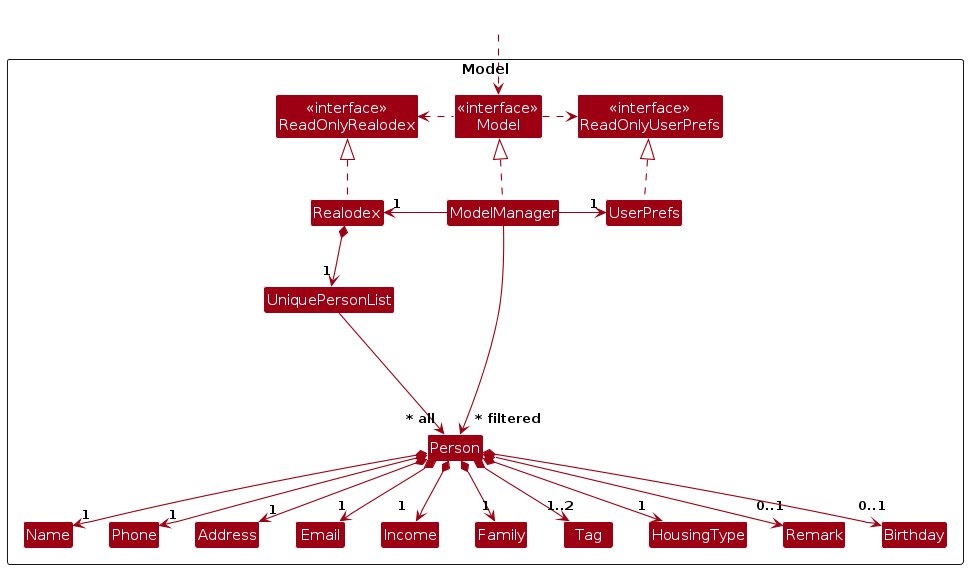
Above: diagrams/ModelClassDiagram.png in AY2324S2-CS2103T-W10-1/tp (PlantUML), before the change. Its source is kept beside it as diagrams/ModelClassDiagram.puml.
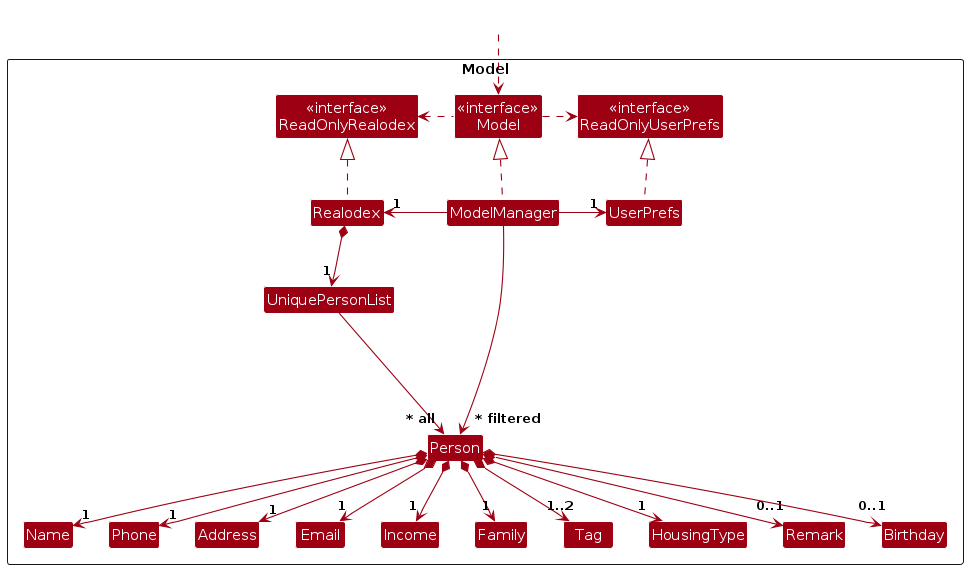
The same diagram one commit later.

What changed in the source:
```diff
@@ -44,7 +44,7 @@
 UniquePersonList --> "~* all" Person
 Person *--> "1" Name
 Person *--> "1" Phone
-Person *--> "            1" Income
+Person *--> "1" Income
 Person *--> "1" Email
 Person *--> "1" Address
 Person *--> "1" Family
```
